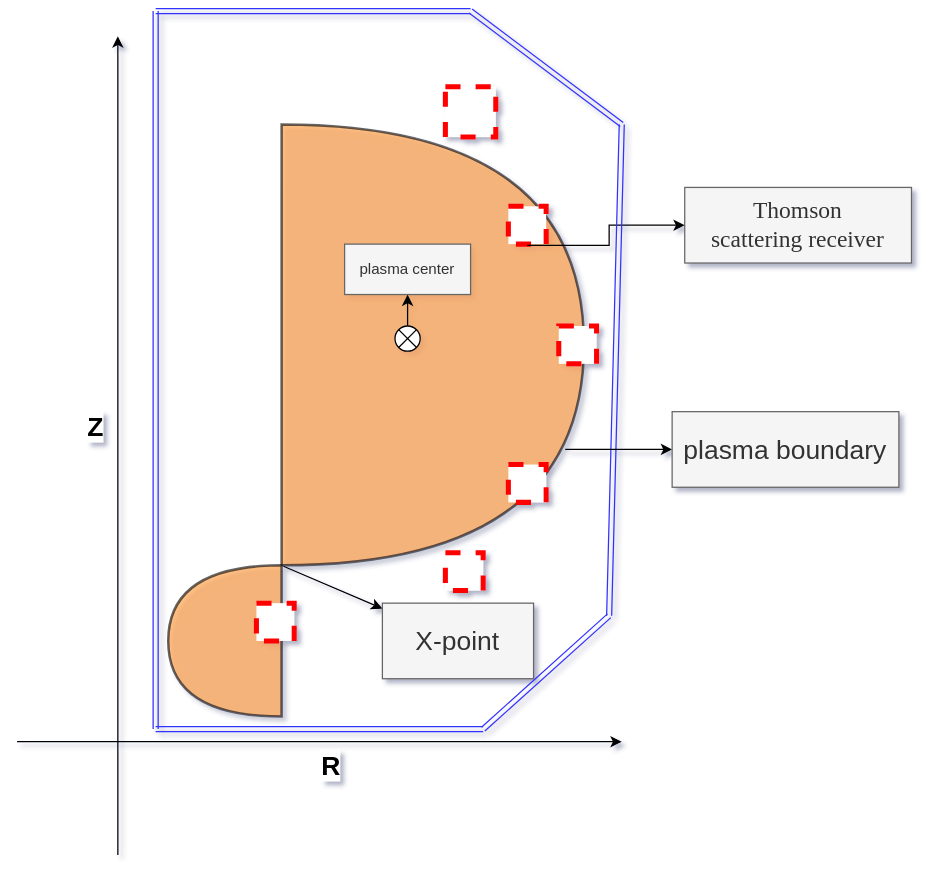
Earlier version of the draw.io export shape.svg (Harry1910356/paizhao). Source tidied: cells renumbered, new cells last; positions are measured from the earlier drawing's top-left corner, leaving out a move shared by most shapes.
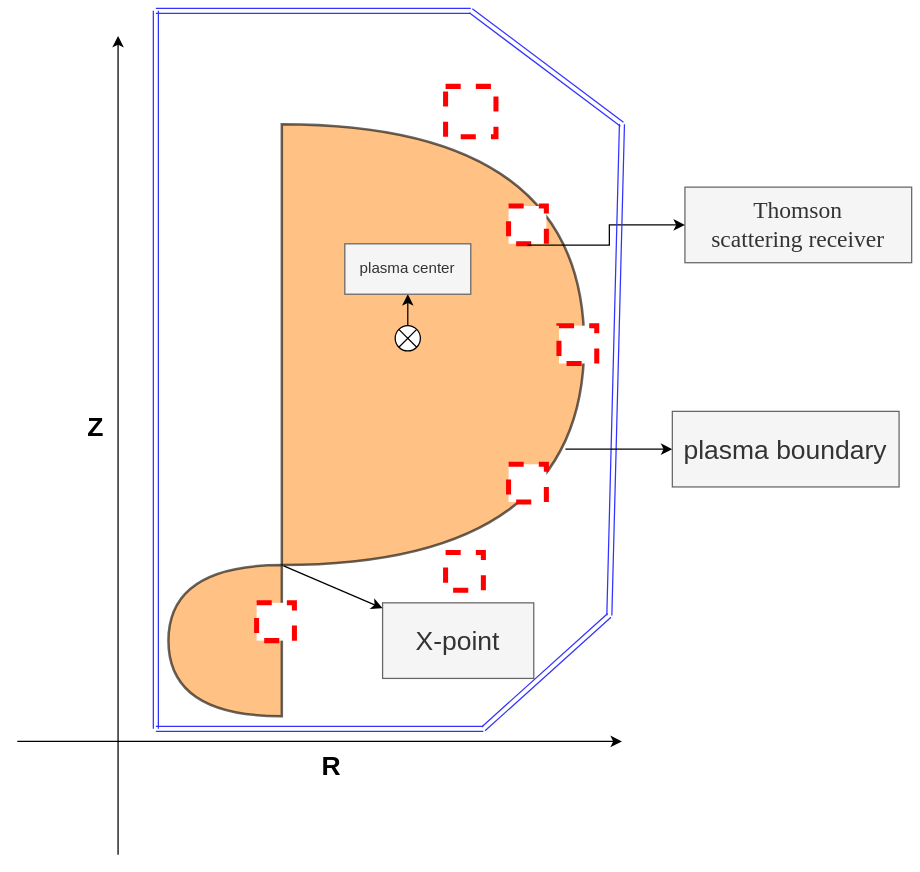
The same file after the commit.

What changed in the source:
```diff
@@ -2,10 +2,10 @@
   <root>
     <mxCell id="0" />
     <mxCell id="1" parent="0" />
-    <mxCell id="2" style="shape=or;whiteSpace=wrap;html=1;fillColor=#FF9933;fillStyle=auto;opacity=60;strokeWidth=2;" parent="1" vertex="1">
+    <mxCell id="2" style="shape=or;whiteSpace=wrap;html=1;fillColor=#FF9933;fillStyle=solid;opacity=60;strokeWidth=2;" parent="1" vertex="1">
       <mxGeometry x="210" y="90" width="240" height="350" as="geometry" />
     </mxCell>
-    <mxCell id="3" style="shape=or;whiteSpace=wrap;html=1;rotation=-180;fillColor=#FF9933;fillStyle=auto;opacity=60;strokeWidth=2;" parent="1" vertex="1">
+    <mxCell id="3" style="shape=or;whiteSpace=wrap;html=1;rotation=-180;fillColor=#FF9933;fillStyle=solid;opacity=60;strokeWidth=2;" parent="1" vertex="1">
       <mxGeometry x="120" y="440" width="90" height="120" as="geometry" />
     </mxCell>
     <mxCell id="4" style="whiteSpace=wrap;html=1;dashed=1;strokeWidth=4;perimeterSpacing=1;strokeColor=#FF0000;" parent="1" vertex="1">
```
